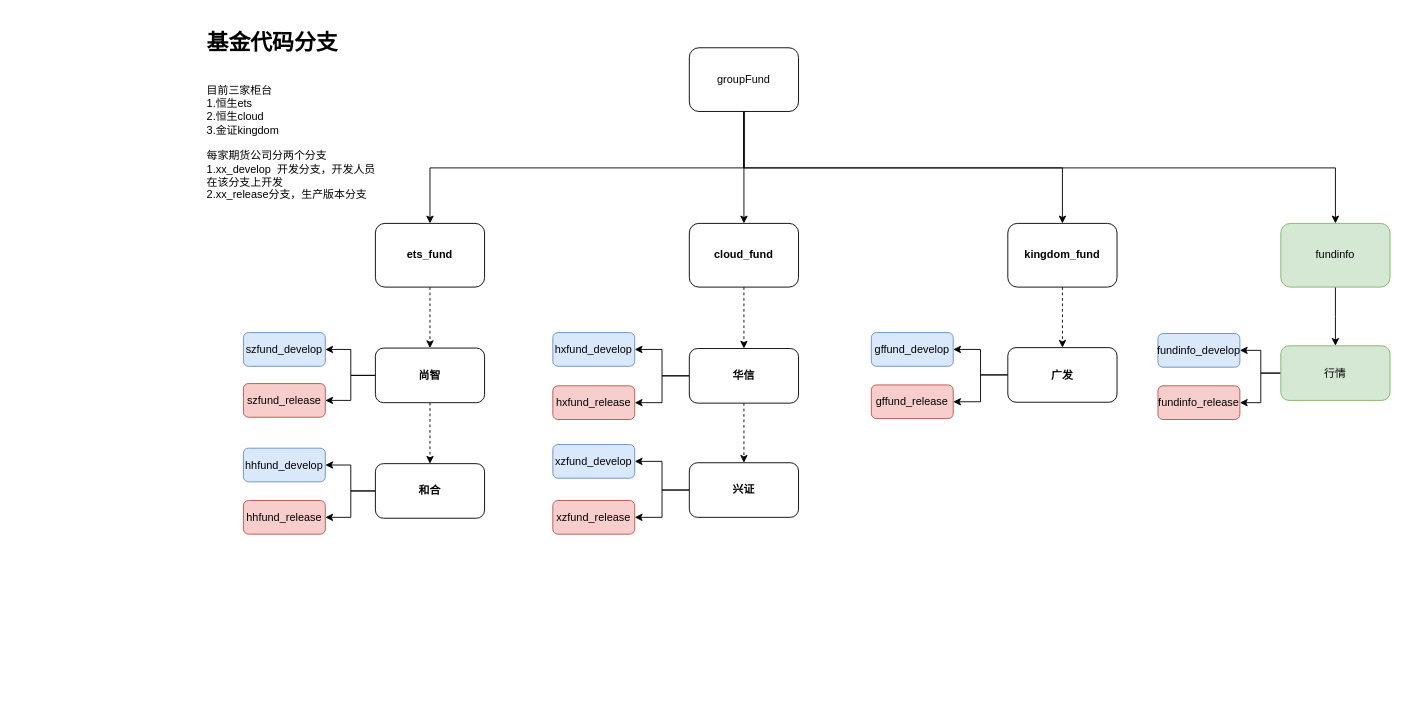
The draw.io diagram 基金git代码分支图.drawio in ammengke/my-drawio, before the edit. Source tidied: cells renumbered, new cells numbered last; positions are measured from the earlier drawing's top-left corner, leaving out a move shared by most shapes. Both pictures are drawn from the tidied source at 91%, with x=0, y=0 at pixel (202, 25).
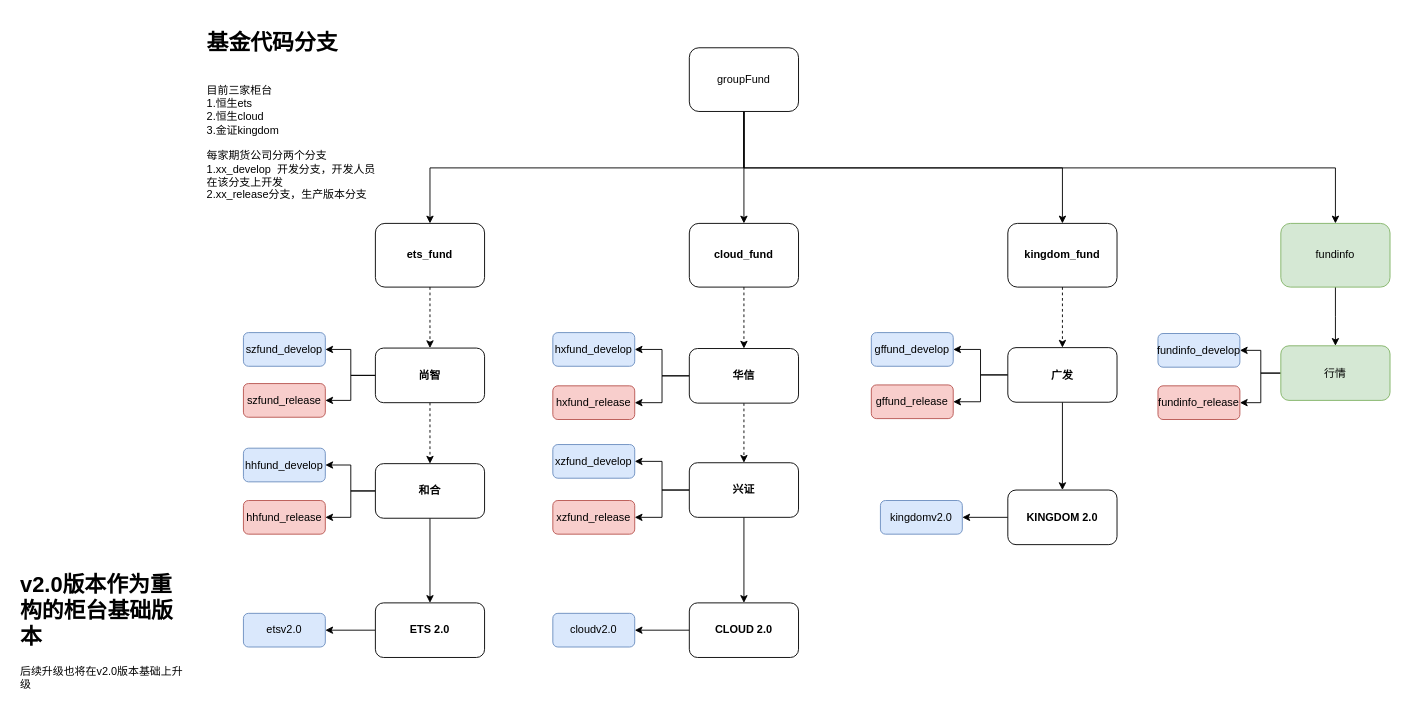
The same page after the edit.

Commit message:
Update 基金git代码分支图.drawio

Unchanged cells that the change refers to:
```xml
<mxCell id="32" value="和合" style="rounded=1;whiteSpace=wrap;html=1;strokeColor=#000000;fontStyle=1;" parent="1" vertex="1">
  <mxGeometry x="190" y="482" width="120" height="60" as="geometry" />
</mxCell>
<mxCell id="41" value="兴证" style="rounded=1;whiteSpace=wrap;html=1;strokeColor=#000000;fontStyle=1;" parent="1" vertex="1">
  <mxGeometry x="535" y="481" width="120" height="60" as="geometry" />
</mxCell>
<mxCell id="44" value="广发" style="rounded=1;whiteSpace=wrap;html=1;strokeColor=#000000;fontStyle=1;" parent="1" vertex="1">
  <mxGeometry x="885" y="354.5" width="120" height="60" as="geometry" />
</mxCell>
```

Change to the diagram source:
```diff
@@
+    <mxCell id="48" style="edgeStyle=orthogonalEdgeStyle;rounded=0;jettySize=auto;html=1;" parent="1" edge="1" source="32" target="52">
+      <mxGeometry relative="1" as="geometry" />
+    </mxCell>
@@
+    <mxCell id="49" style="edgeStyle=orthogonalEdgeStyle;rounded=0;jettySize=auto;html=1;" parent="1" edge="1" source="41" target="55">
+      <mxGeometry relative="1" as="geometry" />
+    </mxCell>
@@
+    <mxCell id="50" style="edgeStyle=orthogonalEdgeStyle;rounded=0;jettySize=auto;html=1;entryX=0.5;entryY=0;entryDx=0;entryDy=0;" parent="1" edge="1" source="44" target="58">
+      <mxGeometry relative="1" as="geometry" />
+    </mxCell>
@@
+    <mxCell id="51" style="edgeStyle=orthogonalEdgeStyle;rounded=0;jettySize=auto;html=1;entryX=1;entryY=0.5;entryDx=0;entryDy=0;" parent="1" edge="1" source="52" target="53">
+      <mxGeometry relative="1" as="geometry" />
+    </mxCell>
+    <mxCell id="52" value="ETS 2.0" style="rounded=1;whiteSpace=wrap;html=1;strokeColor=#000000;fontStyle=1;" parent="1" vertex="1">
+      <mxGeometry x="190" y="635" width="120" height="60" as="geometry" />
+    </mxCell>
+    <mxCell id="53" value="etsv2.0" style="rounded=1;whiteSpace=wrap;html=1;strokeColor=#6c8ebf;fillColor=#dae8fc;" parent="1" vertex="1">
+      <mxGeometry x="45" y="646.5" width="90" height="37" as="geometry" />
+    </mxCell>
+    <mxCell id="54" style="edgeStyle=orthogonalEdgeStyle;rounded=0;jettySize=auto;html=1;" parent="1" edge="1" source="55" target="56">
+      <mxGeometry relative="1" as="geometry" />
+    </mxCell>
+    <mxCell id="55" value="CLOUD 2.0" style="rounded=1;whiteSpace=wrap;html=1;strokeColor=#000000;fontStyle=1;" parent="1" vertex="1">
+      <mxGeometry x="535" y="635" width="120" height="60" as="geometry" />
+    </mxCell>
+    <mxCell id="56" value="cloudv2.0" style="rounded=1;whiteSpace=wrap;html=1;strokeColor=#6c8ebf;fillColor=#dae8fc;" parent="1" vertex="1">
+      <mxGeometry x="385" y="646.5" width="90" height="37" as="geometry" />
+    </mxCell>
+    <mxCell id="57" style="edgeStyle=orthogonalEdgeStyle;rounded=0;jettySize=auto;html=1;" parent="1" edge="1" source="58" target="59">
+      <mxGeometry relative="1" as="geometry" />
+    </mxCell>
+    <mxCell id="58" value="KINGDOM 2.0" style="rounded=1;whiteSpace=wrap;html=1;strokeColor=#000000;fontStyle=1;" parent="1" vertex="1">
+      <mxGeometry x="885" y="511" width="120" height="60" as="geometry" />
+    </mxCell>
+    <mxCell id="59" value="kingdomv2.0" style="rounded=1;whiteSpace=wrap;html=1;strokeColor=#6c8ebf;fillColor=#dae8fc;" parent="1" vertex="1">
+      <mxGeometry x="745" y="522.5" width="90" height="37" as="geometry" />
+    </mxCell>
+    <mxCell id="60" value="&lt;h1&gt;v2.0版本作为重构的柜台基础版本&lt;/h1&gt;&lt;div&gt;后续升级也将在v2.0版本基础上升级&lt;/div&gt;" style="text;html=1;strokeColor=none;fillColor=none;spacing=5;spacingTop=-20;whiteSpace=wrap;overflow=hidden;rounded=0;" parent="1" vertex="1">
+      <mxGeometry x="-205" y="595" width="190" height="150" as="geometry" />
+    </mxCell>
```
